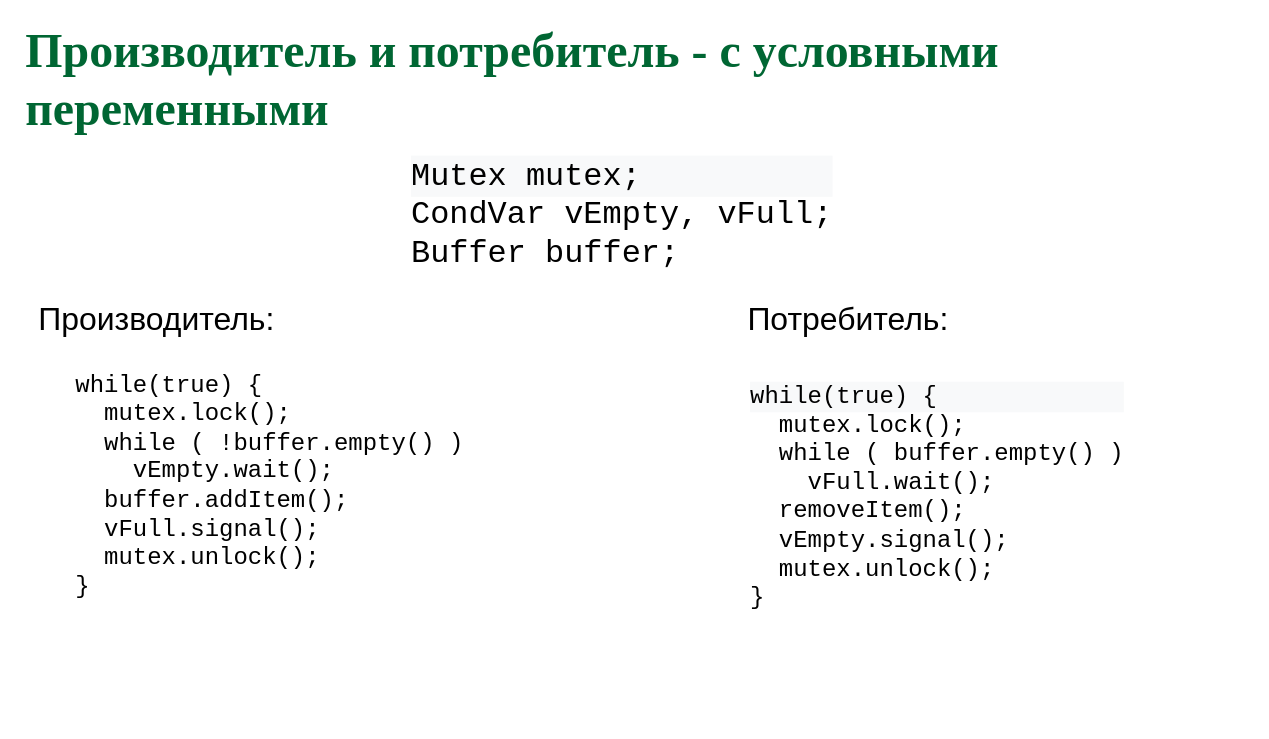
77maxikov/os_course keeps this draw.io diagram as page "CondVar - use" (11 of 13) of slides/sync.drawio. Above is the earlier version. Source tidied: cells renumbered, new cells numbered last; positions are measured from the earlier drawing's top-left corner, leaving out a move shared by most shapes. Both pictures are drawn from the tidied source at 133%, with x=0, y=0 at pixel (23, 66).
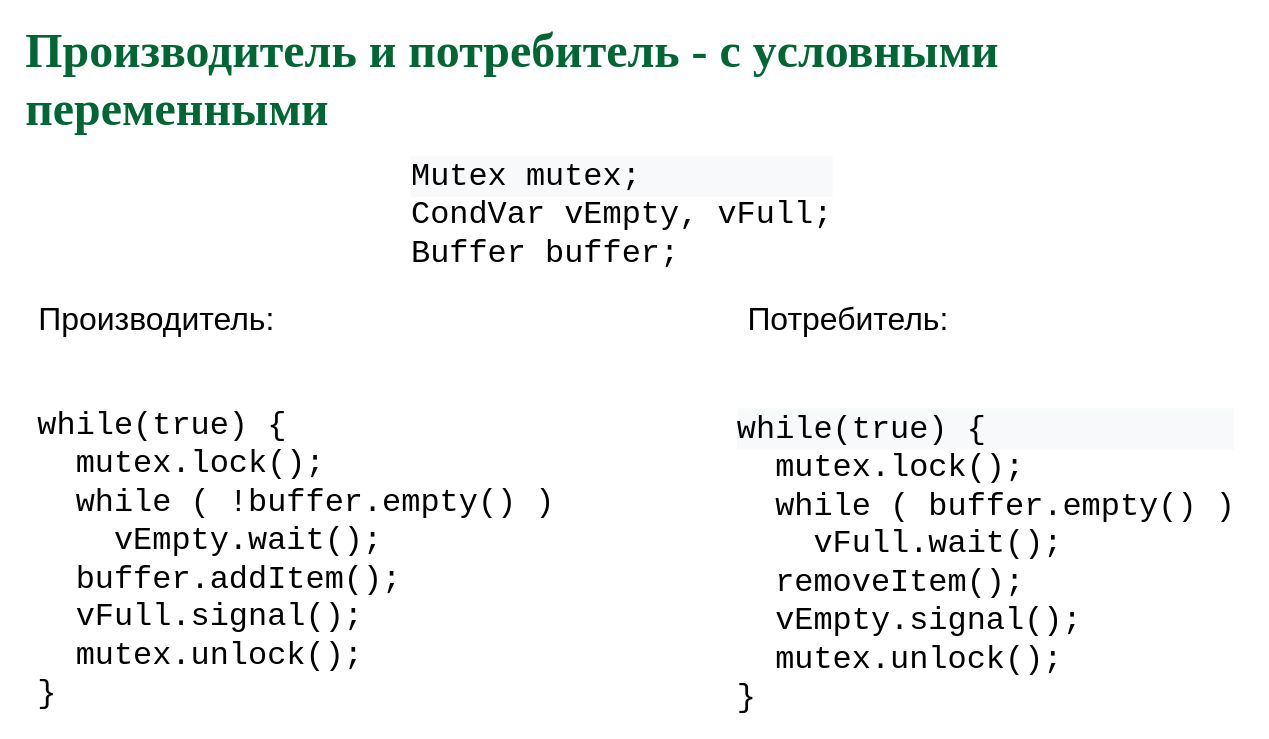
The same page after the edit.

Diff of the diagram source:
```diff
@@
 <mxGraphModel>
   <root>
     <mxCell id="0" />
     <mxCell id="1" parent="0" />
     <mxCell id="2" value="&lt;b style=&quot;color: rgb(0 , 102 , 51) ; font-family: &amp;#34;garamond&amp;#34; ; font-size: 36px&quot;&gt;Производитель и потребитель - с у&lt;/b&gt;&lt;font color=&quot;#006633&quot; face=&quot;Garamond&quot;&gt;&lt;span style=&quot;font-size: 36px&quot;&gt;&lt;b&gt;словными переменными&lt;/b&gt;&lt;/span&gt;&lt;/font&gt;" style="text;html=1;align=left;verticalAlign=middle;whiteSpace=wrap;rounded=0;" parent="1" vertex="1">
       <mxGeometry width="920" height="20" as="geometry" />
     </mxCell>
-    <mxCell id="3" value="&lt;div style=&quot;text-align: left ; font-size: 18px&quot;&gt;&lt;span style=&quot;font-family: &amp;#34;courier new&amp;#34;&quot;&gt;while(true) {&lt;/span&gt;&lt;br&gt;&lt;/div&gt;&lt;font face=&quot;Courier New&quot;&gt;&lt;div style=&quot;text-align: left&quot;&gt;&lt;span style=&quot;font-size: 18px&quot;&gt;&amp;nbsp; mutex.lock();&lt;/span&gt;&lt;/div&gt;&lt;div style=&quot;text-align: left&quot;&gt;&lt;span style=&quot;font-size: 18px&quot;&gt;&amp;nbsp; while ( !buffer.empty() )&lt;/span&gt;&lt;/div&gt;&lt;div style=&quot;text-align: left&quot;&gt;&lt;span style=&quot;font-size: 18px&quot;&gt;&amp;nbsp; &amp;nbsp; vEmpty.wait();&lt;/span&gt;&lt;/div&gt;&lt;div style=&quot;text-align: left&quot;&gt;&lt;span style=&quot;font-size: 18px&quot;&gt;&amp;nbsp; buffer.addItem();&lt;/span&gt;&lt;/div&gt;&lt;div style=&quot;text-align: left&quot;&gt;&lt;span style=&quot;font-size: 18px&quot;&gt;&amp;nbsp; vFull.signal();&lt;/span&gt;&lt;/div&gt;&lt;div style=&quot;text-align: left&quot;&gt;&lt;span style=&quot;font-size: 18px&quot;&gt;&amp;nbsp; mutex.unlock();&amp;nbsp;&lt;/span&gt;&lt;/div&gt;&lt;div style=&quot;text-align: left&quot;&gt;&lt;span style=&quot;font-size: 18px&quot;&gt;}&lt;/span&gt;&lt;br&gt;&lt;/div&gt;&lt;/font&gt;" style="text;html=1;align=center;verticalAlign=middle;" parent="1" vertex="1">
-      <mxGeometry x="30" y="250" width="310" height="130" as="geometry" />
+    <mxCell id="3" value="&lt;div style=&quot;text-align: left ; font-size: 24px&quot;&gt;&lt;font face=&quot;Courier New&quot; style=&quot;font-size: 24px&quot;&gt;while(true) {&lt;br&gt;&lt;/font&gt;&lt;/div&gt;&lt;font face=&quot;Courier New&quot; style=&quot;font-size: 24px&quot;&gt;&lt;div style=&quot;text-align: left&quot;&gt;&lt;font style=&quot;font-size: 24px&quot;&gt;&amp;nbsp; mutex.lock();&lt;/font&gt;&lt;/div&gt;&lt;div style=&quot;text-align: left&quot;&gt;&lt;font style=&quot;font-size: 24px&quot;&gt;&amp;nbsp; while ( !buffer.empty() )&lt;/font&gt;&lt;/div&gt;&lt;div style=&quot;text-align: left&quot;&gt;&lt;font style=&quot;font-size: 24px&quot;&gt;&amp;nbsp; &amp;nbsp; vEmpty.wait();&lt;/font&gt;&lt;/div&gt;&lt;div style=&quot;text-align: left&quot;&gt;&lt;font style=&quot;font-size: 24px&quot;&gt;&amp;nbsp; buffer.addItem();&lt;/font&gt;&lt;/div&gt;&lt;div style=&quot;text-align: left&quot;&gt;&lt;font style=&quot;font-size: 24px&quot;&gt;&amp;nbsp; vFull.signal();&lt;/font&gt;&lt;/div&gt;&lt;div style=&quot;text-align: left&quot;&gt;&lt;font style=&quot;font-size: 24px&quot;&gt;&amp;nbsp; mutex.unlock();&amp;nbsp;&lt;/font&gt;&lt;/div&gt;&lt;div style=&quot;text-align: left&quot;&gt;&lt;font style=&quot;font-size: 24px&quot;&gt;}&lt;/font&gt;&lt;br&gt;&lt;/div&gt;&lt;/font&gt;" style="text;html=1;align=center;verticalAlign=middle;" parent="1" vertex="1">
+      <mxGeometry x="5" y="310" width="400" height="120" as="geometry" />
     </mxCell>
     <mxCell id="4" value="&lt;div style=&quot;color: rgb(0 , 0 , 0) ; font-family: &amp;#34;helvetica&amp;#34; ; font-style: normal ; font-weight: 400 ; letter-spacing: normal ; text-indent: 0px ; text-transform: none ; word-spacing: 0px ; background-color: rgb(248 , 249 , 250) ; text-align: left ; font-size: 24px&quot;&gt;&lt;font face=&quot;Courier New&quot; style=&quot;font-size: 24px&quot;&gt;Mutex mutex;&lt;/font&gt;&lt;/div&gt;&lt;font face=&quot;Courier New&quot; style=&quot;color: rgb(0 , 0 , 0) ; font-style: normal ; font-weight: 400 ; letter-spacing: normal ; text-align: center ; text-indent: 0px ; text-transform: none ; word-spacing: 0px ; background-color: rgb(248 , 249 , 250) ; font-size: 24px&quot;&gt;&lt;div style=&quot;text-align: left&quot;&gt;&lt;font style=&quot;font-size: 24px&quot;&gt;CondVar vEmpty, vFull;&lt;/font&gt;&lt;/div&gt;&lt;div style=&quot;text-align: left&quot;&gt;&lt;font style=&quot;font-size: 24px&quot;&gt;Buffer buffer;&lt;/font&gt;&lt;/div&gt;&lt;div style=&quot;text-align: left&quot;&gt;&lt;br&gt;&lt;/div&gt;&lt;/font&gt;" style="text;whiteSpace=wrap;html=1;" parent="1" vertex="1">
       <mxGeometry x="290" y="60" width="320" height="60" as="geometry" />
     </mxCell>
     <mxCell id="5" value="&lt;font style=&quot;font-size: 24px&quot;&gt;Производитель:&lt;/font&gt;" style="text;html=1;align=center;verticalAlign=middle;" parent="1" vertex="1">
       <mxGeometry x="5" y="180" width="190" height="20" as="geometry" />
     </mxCell>
     <mxCell id="6" value="&lt;font style=&quot;font-size: 24px&quot;&gt;Потребитель:&lt;/font&gt;" style="text;html=1;align=center;verticalAlign=middle;" parent="1" vertex="1">
       <mxGeometry x="535" y="180" width="170" height="20" as="geometry" />
     </mxCell>
-    <mxCell id="7" value="&lt;div style=&quot;color: rgb(0, 0, 0); font-style: normal; font-weight: 400; letter-spacing: normal; text-align: left; text-indent: 0px; text-transform: none; word-spacing: 0px; font-family: helvetica; background-color: rgb(248, 249, 250); font-size: 18px;&quot;&gt;&lt;span style=&quot;font-family: &amp;quot;courier new&amp;quot;&quot;&gt;while(true) {&lt;/span&gt;&lt;br&gt;&lt;/div&gt;&lt;font face=&quot;Courier New&quot; style=&quot;color: rgb(0, 0, 0); font-size: 12px; font-style: normal; font-weight: 400; letter-spacing: normal; text-indent: 0px; text-transform: none; word-spacing: 0px; text-align: center; background-color: rgb(248, 249, 250);&quot;&gt;&lt;div style=&quot;text-align: left&quot;&gt;&lt;span style=&quot;font-size: 18px&quot;&gt;&amp;nbsp; mutex.lock();&lt;/span&gt;&lt;/div&gt;&lt;div style=&quot;text-align: left&quot;&gt;&lt;span style=&quot;font-size: 18px&quot;&gt;&amp;nbsp; while ( buffer.empty() )&lt;/span&gt;&lt;/div&gt;&lt;div style=&quot;text-align: left&quot;&gt;&lt;span style=&quot;font-size: 18px&quot;&gt;&amp;nbsp; &amp;nbsp; vFull.wait();&lt;/span&gt;&lt;/div&gt;&lt;div style=&quot;text-align: left&quot;&gt;&lt;span style=&quot;font-size: 18px&quot;&gt;&amp;nbsp; removeItem();&lt;/span&gt;&lt;/div&gt;&lt;div style=&quot;text-align: left&quot;&gt;&lt;span style=&quot;font-size: 18px&quot;&gt;&amp;nbsp; vEmpty.signal();&lt;/span&gt;&lt;/div&gt;&lt;div style=&quot;text-align: left&quot;&gt;&lt;span style=&quot;font-size: 18px&quot;&gt;&amp;nbsp; mutex.unlock();&amp;nbsp;&lt;/span&gt;&lt;/div&gt;&lt;div style=&quot;text-align: left&quot;&gt;&lt;span style=&quot;font-size: 18px&quot;&gt;}&lt;/span&gt;&lt;/div&gt;&lt;/font&gt;" style="text;whiteSpace=wrap;html=1;" parent="1" vertex="1">
-      <mxGeometry x="545" y="230" width="310" height="140" as="geometry" />
+    <mxCell id="7" value="&lt;div style=&quot;color: rgb(0 , 0 , 0) ; font-style: normal ; font-weight: 400 ; letter-spacing: normal ; text-align: left ; text-indent: 0px ; text-transform: none ; word-spacing: 0px ; background-color: rgb(248 , 249 , 250) ; font-size: 24px&quot;&gt;&lt;font face=&quot;Courier New&quot; style=&quot;font-size: 24px&quot;&gt;while(true) {&lt;br&gt;&lt;/font&gt;&lt;/div&gt;&lt;font style=&quot;color: rgb(0 , 0 , 0) ; font-style: normal ; font-weight: 400 ; letter-spacing: normal ; text-indent: 0px ; text-transform: none ; word-spacing: 0px ; text-align: center ; background-color: rgb(248 , 249 , 250) ; font-size: 24px&quot; face=&quot;Courier New&quot;&gt;&lt;div style=&quot;text-align: left&quot;&gt;&amp;nbsp; mutex.lock();&lt;/div&gt;&lt;div style=&quot;text-align: left&quot;&gt;&amp;nbsp; while ( buffer.empty() )&lt;/div&gt;&lt;div style=&quot;text-align: left&quot;&gt;&amp;nbsp; &amp;nbsp; vFull.wait();&lt;/div&gt;&lt;div style=&quot;text-align: left&quot;&gt;&amp;nbsp; removeItem();&lt;/div&gt;&lt;div style=&quot;text-align: left&quot;&gt;&amp;nbsp; vEmpty.signal();&lt;/div&gt;&lt;div style=&quot;text-align: left&quot;&gt;&amp;nbsp; mutex.unlock();&amp;nbsp;&lt;/div&gt;&lt;div style=&quot;text-align: left&quot;&gt;}&lt;/div&gt;&lt;/font&gt;" style="text;whiteSpace=wrap;html=1;" parent="1" vertex="1">
+      <mxGeometry x="535" y="250" width="385" height="140" as="geometry" />
     </mxCell>
   </root>
 </mxGraphModel>
```
